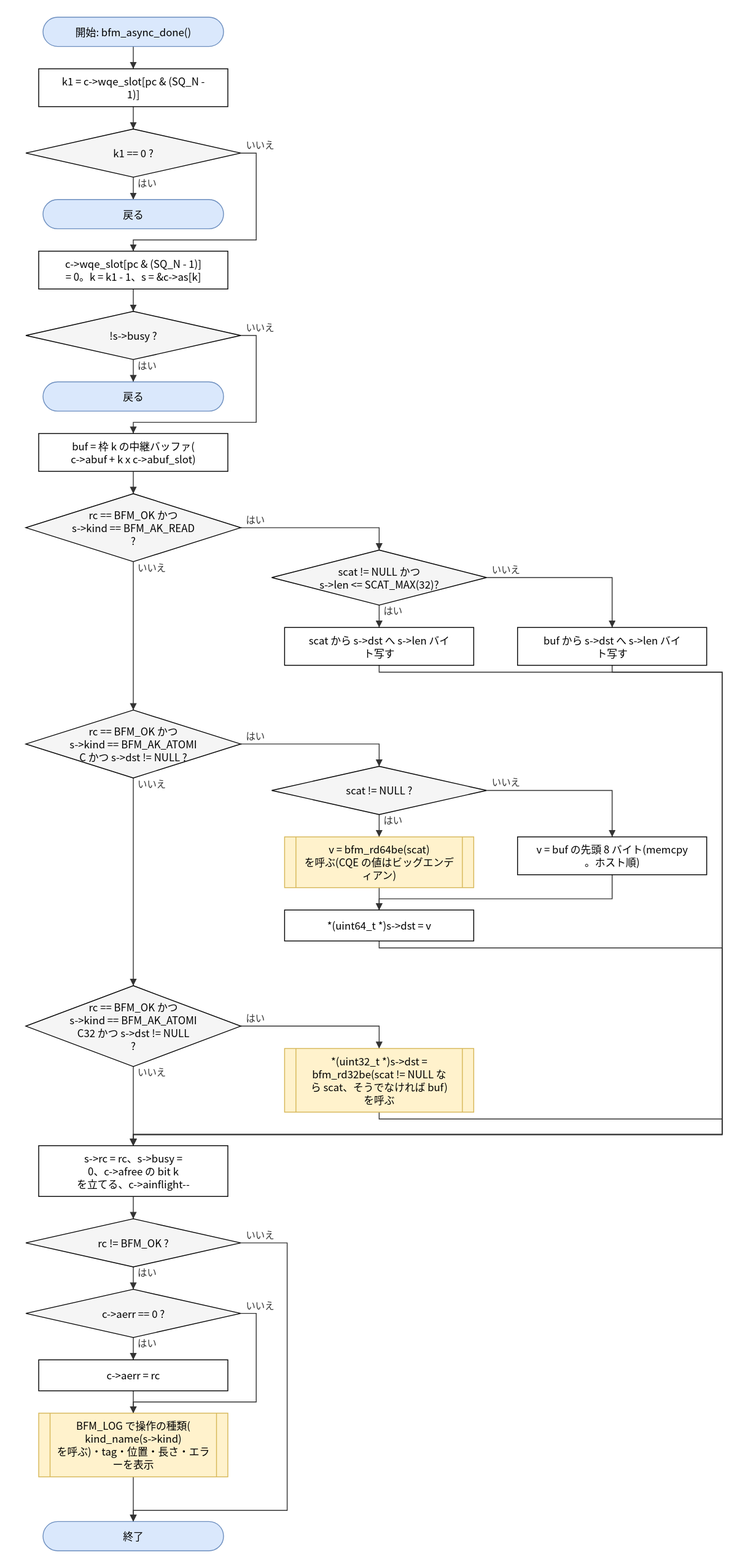
This is doc/spec/images/flow_src_bfm_async-bfm_async_done.drawio.svg from hf355051012-ai/bfmem, a draw.io export, as it was before one commit. Source tidied: cells renumbered, new cells last; positions are measured from the earlier drawing's top-left corner, leaving out a move shared by most shapes.
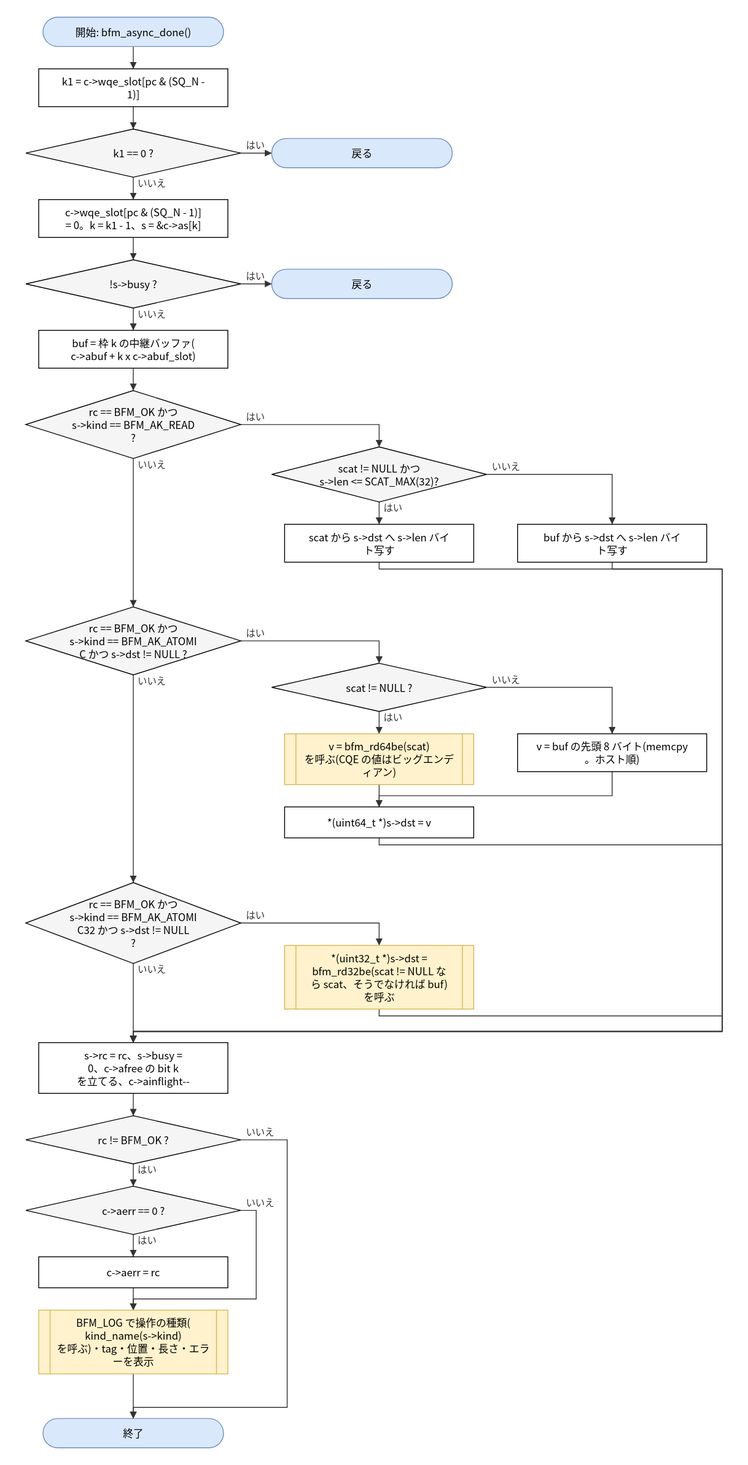
Later version of the same file.

What changed in the source:
```diff
@@ -3,25 +3,25 @@
     <mxCell id="0" />
     <mxCell id="1" parent="0" />
     <mxCell id="2" value="開始: bfm_async_done()" style="rounded=1;arcSize=50;whiteSpace=wrap;html=1;fillColor=#dae8fc;strokeColor=#6c8ebf;" parent="1" vertex="1">
-      <mxGeometry x="20" width="210" height="34" as="geometry" />
+      <mxGeometry x="20" y="120" width="210" height="34" as="geometry" />
     </mxCell>
     <mxCell id="3" value="k1 = c-&amp;gt;wqe_slot[pc &amp;amp; (SQ_N -&lt;br&gt;1)]" style="rounded=0;whiteSpace=wrap;html=1;" parent="1" vertex="1">
-      <mxGeometry x="15" y="60" width="220" height="44" as="geometry" />
+      <mxGeometry x="15" y="180" width="220" height="44" as="geometry" />
     </mxCell>
     <mxCell id="4" value="k1 == 0 ?" style="rhombus;whiteSpace=wrap;html=1;fillColor=#f5f5f5;" parent="1" vertex="1">
-      <mxGeometry y="130" width="250" height="56" as="geometry" />
+      <mxGeometry y="250" width="250" height="56" as="geometry" />
     </mxCell>
     <mxCell id="5" value="戻る" style="rounded=1;arcSize=50;whiteSpace=wrap;html=1;fillColor=#dae8fc;strokeColor=#6c8ebf;" parent="1" vertex="1">
-      <mxGeometry x="20" y="212" width="210" height="34" as="geometry" />
+      <mxGeometry x="286" y="261" width="210" height="34" as="geometry" />
     </mxCell>
     <mxCell id="6" value="c-&amp;gt;wqe_slot[pc &amp;amp; (SQ_N - 1)]&lt;br&gt;= 0。k = k1 - 1、s = &amp;amp;c-&amp;gt;as[k]" style="rounded=0;whiteSpace=wrap;html=1;" parent="1" vertex="1">
-      <mxGeometry x="15" y="272" width="220" height="44" as="geometry" />
+      <mxGeometry x="15" y="332" width="220" height="44" as="geometry" />
     </mxCell>
     <mxCell id="7" value="!s-&amp;gt;busy ?" style="rhombus;whiteSpace=wrap;html=1;fillColor=#f5f5f5;" parent="1" vertex="1">
-      <mxGeometry y="342" width="250" height="56" as="geometry" />
+      <mxGeometry y="402" width="250" height="56" as="geometry" />
     </mxCell>
     <mxCell id="8" value="戻る" style="rounded=1;arcSize=50;whiteSpace=wrap;html=1;fillColor=#dae8fc;strokeColor=#6c8ebf;" parent="1" vertex="1">
-      <mxGeometry x="20" y="424" width="210" height="34" as="geometry" />
+      <mxGeometry x="286" y="413" width="210" height="34" as="geometry" />
     </mxCell>
     <mxCell id="9" value="buf = 枠 k の中継バッファ(&lt;br&gt;c-&amp;gt;abuf + k x c-&amp;gt;abuf_slot)" style="rounded=0;whiteSpace=wrap;html=1;" parent="1" vertex="1">
       <mxGeometry x="15" y="484" width="220" height="44" as="geometry" />
@@ -83,32 +83,20 @@
     <mxCell id="28" style="edgeStyle=none;html=1;rounded=0;endArrow=block;endFill=1;exitX=0.5000;exitY=1.0000;exitDx=0;exitDy=0;exitPerimeter=0;entryX=0.5000;entryY=0.0000;entryDx=0;entryDy=0;entryPerimeter=0;" parent="1" edge="1" source="3" target="4">
       <mxGeometry relative="1" as="geometry" />
     </mxCell>
-    <mxCell id="29" value="はい" style="edgeStyle=none;html=1;rounded=0;endArrow=block;endFill=1;exitX=0.5000;exitY=1.0000;exitDx=0;exitDy=0;exitPerimeter=0;entryX=0.5000;entryY=0.0000;entryDx=0;entryDy=0;entryPerimeter=0;" parent="1" edge="1" source="4" target="5">
+    <mxCell id="29" value="はい" style="edgeStyle=none;html=1;rounded=0;endArrow=block;endFill=1;exitX=1.0000;exitY=0.5000;exitDx=0;exitDy=0;exitPerimeter=0;entryX=0.0000;entryY=0.5000;entryDx=0;entryDy=0;entryPerimeter=0;" parent="1" edge="1" source="4" target="5">
       <mxGeometry relative="1" as="geometry" />
     </mxCell>
-    <mxCell id="30" value="いいえ" style="edgeStyle=none;html=1;rounded=0;endArrow=block;endFill=1;exitX=1.0000;exitY=0.5000;exitDx=0;exitDy=0;exitPerimeter=0;entryX=0.5000;entryY=0.0000;entryDx=0;entryDy=0;entryPerimeter=0;" parent="1" edge="1" source="4" target="6">
-      <mxGeometry relative="1" as="geometry">
-        <Array as="points">
-          <mxPoint x="268" y="158" />
-          <mxPoint x="268" y="259" />
-          <mxPoint x="125" y="259" />
-        </Array>
-      </mxGeometry>
+    <mxCell id="30" value="いいえ" style="edgeStyle=none;html=1;rounded=0;endArrow=block;endFill=1;exitX=0.5000;exitY=1.0000;exitDx=0;exitDy=0;exitPerimeter=0;entryX=0.5000;entryY=0.0000;entryDx=0;entryDy=0;entryPerimeter=0;" parent="1" edge="1" source="4" target="6">
+      <mxGeometry relative="1" as="geometry" />
     </mxCell>
     <mxCell id="31" style="edgeStyle=none;html=1;rounded=0;endArrow=block;endFill=1;exitX=0.5000;exitY=1.0000;exitDx=0;exitDy=0;exitPerimeter=0;entryX=0.5000;entryY=0.0000;entryDx=0;entryDy=0;entryPerimeter=0;" parent="1" edge="1" source="6" target="7">
       <mxGeometry relative="1" as="geometry" />
     </mxCell>
-    <mxCell id="32" value="はい" style="edgeStyle=none;html=1;rounded=0;endArrow=block;endFill=1;exitX=0.5000;exitY=1.0000;exitDx=0;exitDy=0;exitPerimeter=0;entryX=0.5000;entryY=0.0000;entryDx=0;entryDy=0;entryPerimeter=0;" parent="1" edge="1" source="7" target="8">
+    <mxCell id="32" value="はい" style="edgeStyle=none;html=1;rounded=0;endArrow=block;endFill=1;exitX=1.0000;exitY=0.5000;exitDx=0;exitDy=0;exitPerimeter=0;entryX=0.0000;entryY=0.5000;entryDx=0;entryDy=0;entryPerimeter=0;" parent="1" edge="1" source="7" target="8">
       <mxGeometry relative="1" as="geometry" />
     </mxCell>
-    <mxCell id="33" value="いいえ" style="edgeStyle=none;html=1;rounded=0;endArrow=block;endFill=1;exitX=1.0000;exitY=0.5000;exitDx=0;exitDy=0;exitPerimeter=0;entryX=0.5000;entryY=0.0000;entryDx=0;entryDy=0;entryPerimeter=0;" parent="1" edge="1" source="7" target="9">
-      <mxGeometry relative="1" as="geometry">
-        <Array as="points">
-          <mxPoint x="268" y="370" />
-          <mxPoint x="268" y="471" />
-          <mxPoint x="125" y="471" />
-        </Array>
-      </mxGeometry>
+    <mxCell id="33" value="いいえ" style="edgeStyle=none;html=1;rounded=0;endArrow=block;endFill=1;exitX=0.5000;exitY=1.0000;exitDx=0;exitDy=0;exitPerimeter=0;entryX=0.5000;entryY=0.0000;entryDx=0;entryDy=0;entryPerimeter=0;" parent="1" edge="1" source="7" target="9">
+      <mxGeometry relative="1" as="geometry" />
     </mxCell>
     <mxCell id="34" style="edgeStyle=none;html=1;rounded=0;endArrow=block;endFill=1;exitX=0.5000;exitY=1.0000;exitDx=0;exitDy=0;exitPerimeter=0;entryX=0.5000;entryY=0.0000;entryDx=0;entryDy=0;entryPerimeter=0;" parent="1" edge="1" source="9" target="10">
       <mxGeometry relative="1" as="geometry" />
```
